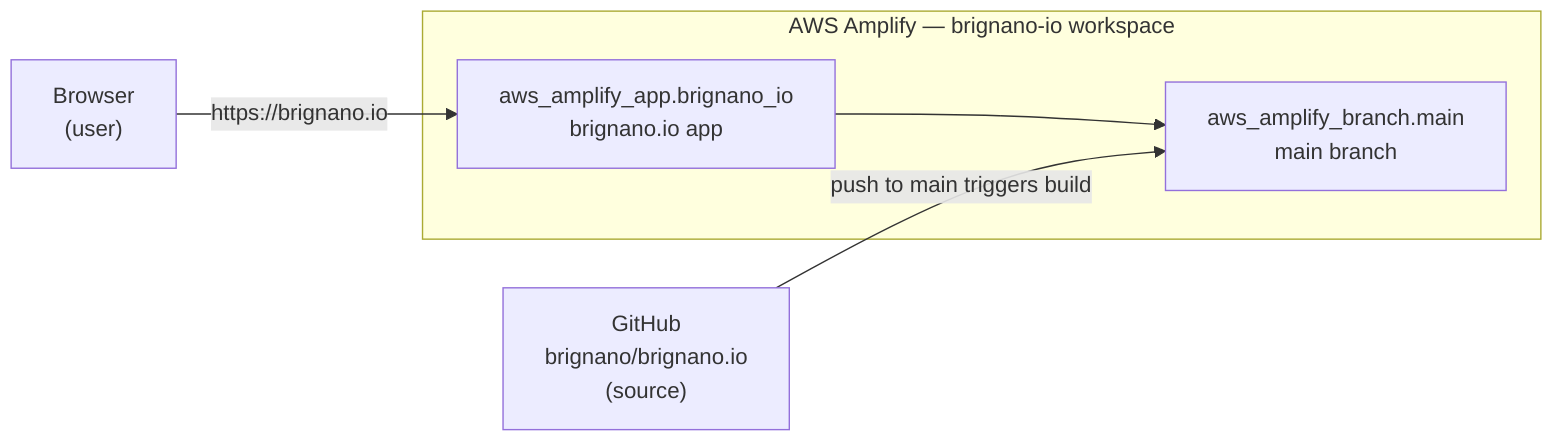
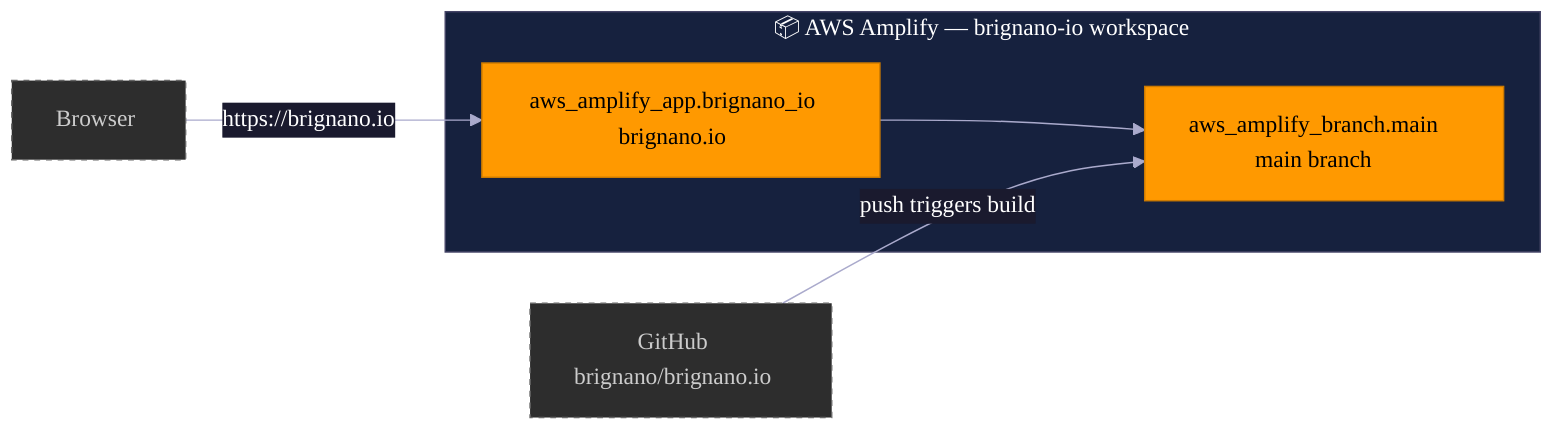
+ %%{init: {
+   "theme": "base",
+   "themeVariables": {
+     "primaryColor": "#1a1a2e",
+     "primaryTextColor": "#ffffff",
+     "primaryBorderColor": "#444466",
+     "lineColor": "#aaaacc",
+     "secondaryColor": "#16213e",
+     "tertiaryColor": "#0f3460",
+     "background": "#1a1a2e",
+     "mainBkg": "#1a1a2e",
+     "nodeBorder": "#444466",
+     "clusterBkg": "#16213e",
+     "clusterBorder": "#444466",
+     "titleColor": "#ffffff",
+     "edgeLabelBackground": "#1a1a2e",
+     "fontFamily": "ui-monospace, monospace"
+   }
+ }}%%
flowchart LR
-   subgraph Hosting[AWS Amplify — brignano-io workspace]
-     App["aws_amplify_app.brignano_io\nbrignano.io app"]
+   classDef amplify  fill:#FF9900,stroke:#CC7A00,color:#000
+   classDef external fill:#2d2d2d,stroke:#666,color:#ccc,stroke-dasharray:4
+ 
+   subgraph Hosting["📦 AWS Amplify — brignano-io workspace"]
+     App["aws_amplify_app.brignano_io\nbrignano.io"]
    Branch["aws_amplify_branch.main\nmain branch"]
    App --> Branch
  end

-   GitHub["GitHub\nbrignano/brignano.io\n(source)"]
-   Browser["Browser\n(user)"]
+   GitHub["GitHub\nbrignano/brignano.io"]:::external
+   Browser["Browser"]:::external

-   GitHub -->|"push to main triggers build"| Branch
-   Browser -->|"https://brignano.io"| App
+   GitHub -->|push triggers build| Branch
+   Browser -->|https://brignano.io| App
+ 
+   class App,Branch amplify
